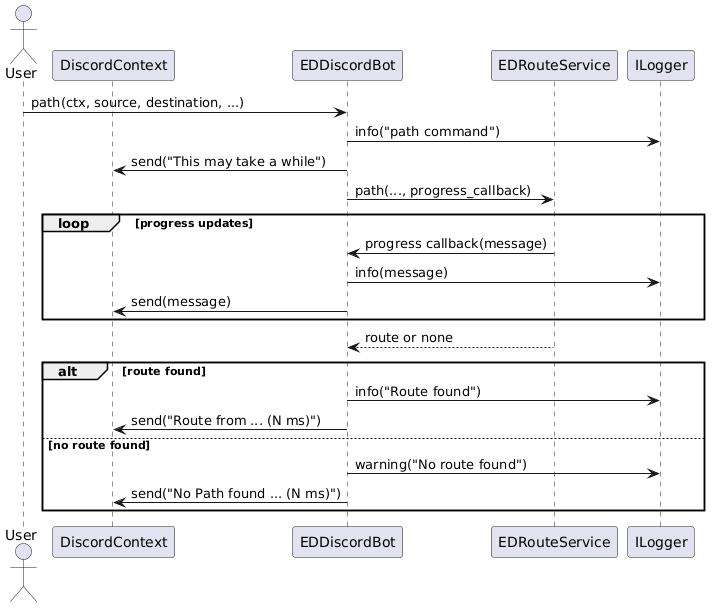
Above: docs/diagrams/discord/discord_path_flow.png in fazleskhan/elite_dangerous_discord_tools (PlantUML), before the change. Source of this version:
```plantuml
@startuml
actor User
participant DiscordContext as Ctx
participant EDDiscordBot as Bot
participant EDRouteService as RouteService
participant ILogger as Logger

User -> Bot: path(ctx, source, destination, ...)
Bot -> Logger: info("path command")
Bot -> Ctx: send("This may take a while")
Bot -> RouteService: path(..., progress_callback)
loop progress updates
  RouteService -> Bot: progress callback(message)
  Bot -> Logger: info(message)
  Bot -> Ctx: send(message)
end
RouteService --> Bot: route or none
alt route found
  Bot -> Logger: info("Route found")
  Bot -> Ctx: send("Route from ... (N ms)")
else no route found
  Bot -> Logger: warning("No route found")
  Bot -> Ctx: send("No Path found ... (N ms)")
end
@enduml
```
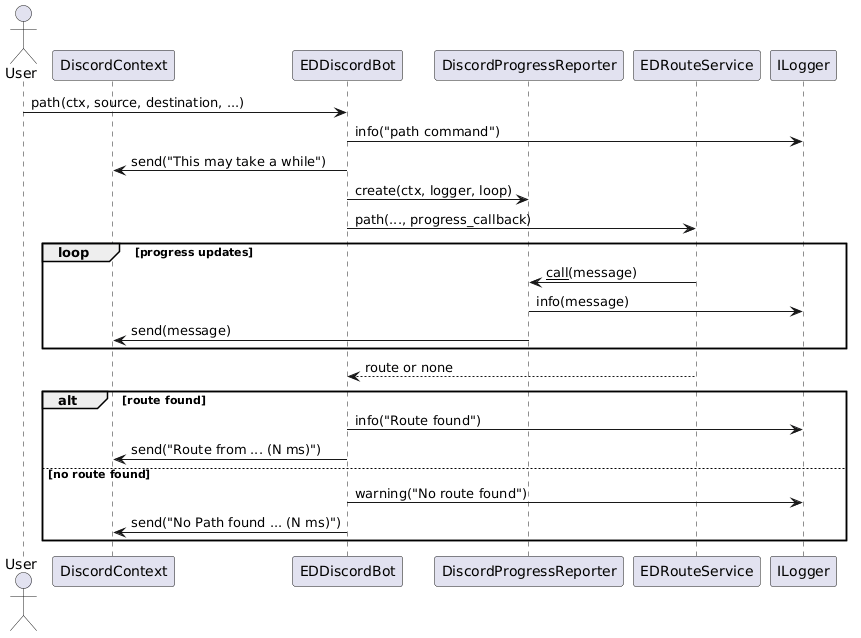
The same diagram one commit later.

Diff of the diagram source:
```diff
@@ -2,17 +2,19 @@
 actor User
 participant DiscordContext as Ctx
 participant EDDiscordBot as Bot
+participant DiscordProgressReporter as ProgressReporter
 participant EDRouteService as RouteService
 participant ILogger as Logger
 
 User -> Bot: path(ctx, source, destination, ...)
 Bot -> Logger: info("path command")
 Bot -> Ctx: send("This may take a while")
+Bot -> ProgressReporter: create(ctx, logger, loop)
 Bot -> RouteService: path(..., progress_callback)
 loop progress updates
-  RouteService -> Bot: progress callback(message)
-  Bot -> Logger: info(message)
-  Bot -> Ctx: send(message)
+  RouteService -> ProgressReporter: __call__(message)
+  ProgressReporter -> Logger: info(message)
+  ProgressReporter -> Ctx: send(message)
 end
 RouteService --> Bot: route or none
 alt route found
```
